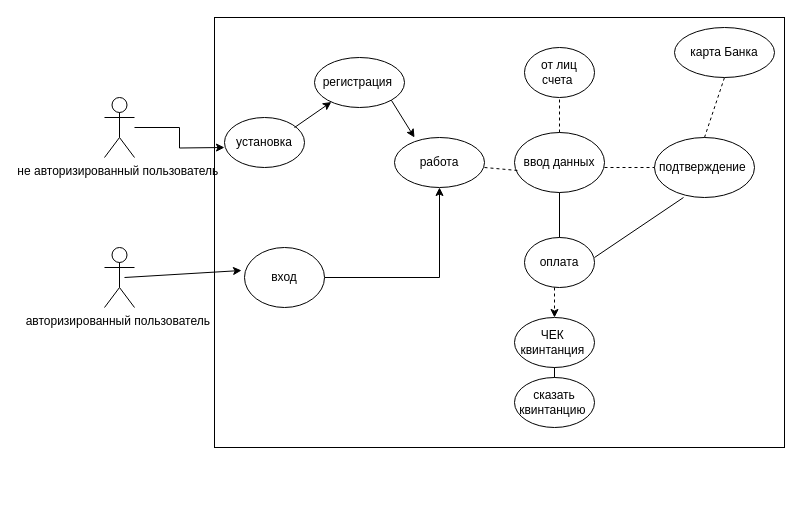
Earlier version of the draw.io diagram page "на листочке" (1 of 5) of Диаграмма без названия.drawio (Ev0or/dontTouch). Source tidied: cells renumbered, new cells numbered last; positions are measured from the earlier drawing's top-left corner, leaving out a move shared by most shapes. Both pictures are drawn from the tidied source at 100%, with x=0, y=0 at pixel (104, 17).
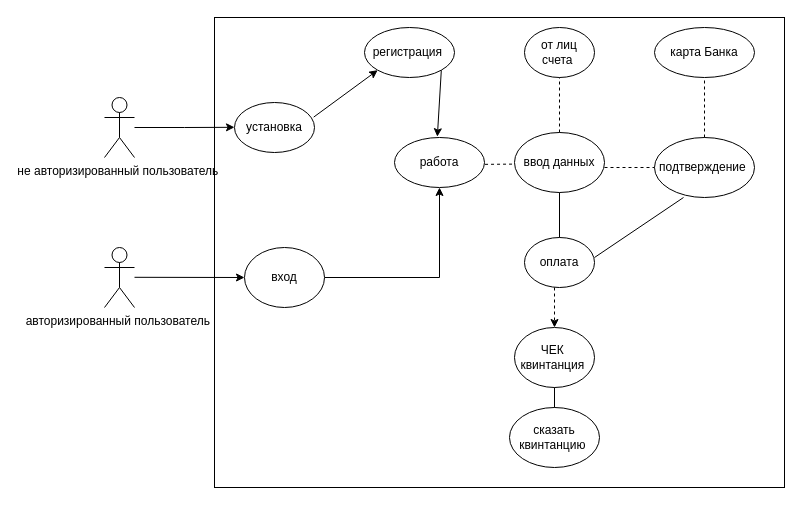
Above is the later version.

Unchanged cells that the change refers to:
```xml
<mxCell id="4" value="не авторизированный пользователь&amp;nbsp;" style="shape=umlActor;verticalLabelPosition=bottom;verticalAlign=top;html=1;outlineConnect=0;" parent="1" vertex="1">
  <mxGeometry y="80" width="30" height="60" as="geometry" />
</mxCell>
<mxCell id="7" value="вход" style="ellipse;whiteSpace=wrap;html=1;" parent="1" vertex="1">
  <mxGeometry x="140" y="230" width="80" height="60" as="geometry" />
</mxCell>
<mxCell id="13" value="работа" style="ellipse;whiteSpace=wrap;html=1;" parent="1" vertex="1">
  <mxGeometry x="290" y="120" width="90" height="50" as="geometry" />
</mxCell>
<mxCell id="14" value="ввод данных" style="ellipse;whiteSpace=wrap;html=1;" parent="1" vertex="1">
  <mxGeometry x="410" y="115" width="90" height="60" as="geometry" />
</mxCell>
```

Change to the diagram source:
```diff
@@
     <mxCell id="2" style="rounded=0;whiteSpace=wrap;html=1;" parent="1" vertex="1">
-      <mxGeometry x="110" width="570" height="430" as="geometry" />
+      <mxGeometry x="110" width="570" height="470" as="geometry" />
     </mxCell>
     <mxCell id="3" style="edgeStyle=orthogonalEdgeStyle;rounded=0;jettySize=auto;html=1;" parent="1" edge="1" source="4">
       <mxGeometry relative="1" as="geometry">
-        <mxPoint x="120" y="130" as="targetPoint" />
+        <mxPoint x="130" y="109.8" as="targetPoint" />
       </mxGeometry>
     </mxCell>
@@
-    <mxCell id="8" style="endArrow=classic;html=1;rounded=0;exitX=1;exitY=1;exitDx=0;exitDy=0;" parent="1" edge="1" source="11">
-      <mxGeometry relative="1" as="geometry">
-        <mxPoint x="310" y="120" as="targetPoint" />
-      </mxGeometry>
+    <mxCell id="8" style="endArrow=classic;html=1;rounded=0;exitX=1;exitY=1;exitDx=0;exitDy=0;entryX=0.476;entryY=-0.016;entryDx=0;entryDy=0;entryPerimeter=0;" parent="1" edge="1" source="11" target="13">
+      <mxGeometry relative="1" as="geometry" />
     </mxCell>
     <mxCell id="9" value="установка" style="ellipse;whiteSpace=wrap;html=1;" parent="1" vertex="1">
-      <mxGeometry x="120" y="100" width="80" height="50" as="geometry" />
+      <mxGeometry x="130" y="85" width="80" height="50" as="geometry" />
     </mxCell>
-    <mxCell id="10" style="endArrow=classic;html=1;rounded=0;" parent="1" edge="1" target="11">
-      <mxGeometry relative="1" as="geometry">
-        <mxPoint x="190" y="110" as="sourcePoint" />
-      </mxGeometry>
+    <mxCell id="10" style="endArrow=classic;html=1;rounded=0;exitX=0.99;exitY=0.292;exitDx=0;exitDy=0;exitPerimeter=0;entryX=0;entryY=1;entryDx=0;entryDy=0;" parent="1" edge="1" source="9" target="11">
+      <mxGeometry relative="1" as="geometry" />
     </mxCell>
     <mxCell id="11" value="регистрация&amp;nbsp;" style="ellipse;whiteSpace=wrap;html=1;" parent="1" vertex="1">
-      <mxGeometry x="210" y="40" width="90" height="50" as="geometry" />
+      <mxGeometry x="260" y="10" width="90" height="50" as="geometry" />
     </mxCell>
-    <mxCell id="12" style="endArrow=classic;html=1;rounded=0;entryX=-0.037;entryY=0.383;entryDx=0;entryDy=0;entryPerimeter=0;" parent="1" edge="1" target="7">
+    <mxCell id="12" style="endArrow=classic;html=1;rounded=0;" parent="1" edge="1" target="7">
       <mxGeometry relative="1" as="geometry">
-        <mxPoint x="20" y="260" as="sourcePoint" />
+        <mxPoint x="30" y="259.8" as="sourcePoint" />
       </mxGeometry>
     </mxCell>
@@
     <mxCell id="15" value="от лиц счета&amp;nbsp;" style="ellipse;whiteSpace=wrap;html=1;" parent="1" vertex="1">
-      <mxGeometry x="420" y="30" width="70" height="50" as="geometry" />
+      <mxGeometry x="420" y="10" width="70" height="50" as="geometry" />
     </mxCell>
@@
     <mxCell id="18" value="карта Банка" style="ellipse;whiteSpace=wrap;html=1;" parent="1" vertex="1">
-      <mxGeometry x="570" y="10" width="100" height="50" as="geometry" />
+      <mxGeometry x="550" y="10" width="100" height="50" as="geometry" />
     </mxCell>
     <mxCell id="19" value="ЧЕК&amp;nbsp; квинтанция&amp;nbsp;" style="ellipse;whiteSpace=wrap;html=1;" parent="1" vertex="1">
-      <mxGeometry x="410" y="300" width="80" height="50" as="geometry" />
+      <mxGeometry x="410" y="310" width="80" height="60" as="geometry" />
     </mxCell>
     <mxCell id="20" value="сказать квинтанцию&amp;nbsp;" style="ellipse;whiteSpace=wrap;html=1;" parent="1" vertex="1">
-      <mxGeometry x="410" y="360" width="80" height="50" as="geometry" />
+      <mxGeometry x="405" y="390" width="90" height="60" as="geometry" />
     </mxCell>
@@
-    <mxCell id="25" style="endArrow=none;dashed=1;html=1;rounded=0;entryX=0.033;entryY=0.633;entryDx=0;entryDy=0;entryPerimeter=0;" parent="1" edge="1" target="14">
-      <mxGeometry relative="1" as="geometry">
-        <mxPoint x="380" y="150" as="sourcePoint" />
-      </mxGeometry>
+    <mxCell id="25" style="endArrow=none;dashed=1;html=1;rounded=0;entryX=-0.017;entryY=0.527;entryDx=0;entryDy=0;entryPerimeter=0;exitX=1.006;exitY=0.537;exitDx=0;exitDy=0;exitPerimeter=0;" parent="1" edge="1" source="13" target="14">
+      <mxGeometry relative="1" as="geometry" />
     </mxCell>
```
